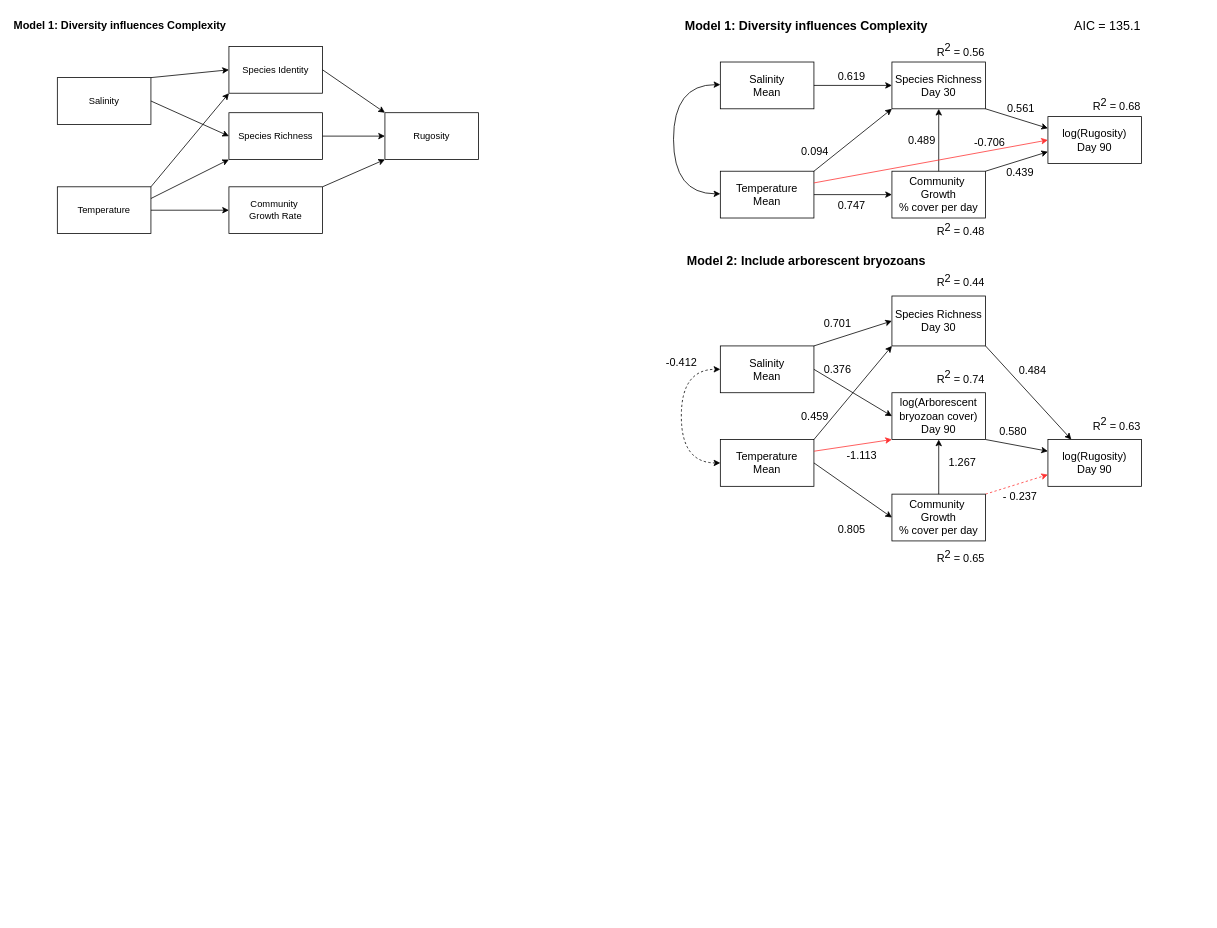
Before: sem/Panels SEM.drawio in mawhal/panels-complexity, a draw.io diagram. Source tidied: cells renumbered, new cells numbered last; positions are measured from the earlier drawing's top-left corner, leaving out a move shared by most shapes. Both pictures are drawn from the tidied source at 78%, with x=0, y=0 at pixel (14, 13).
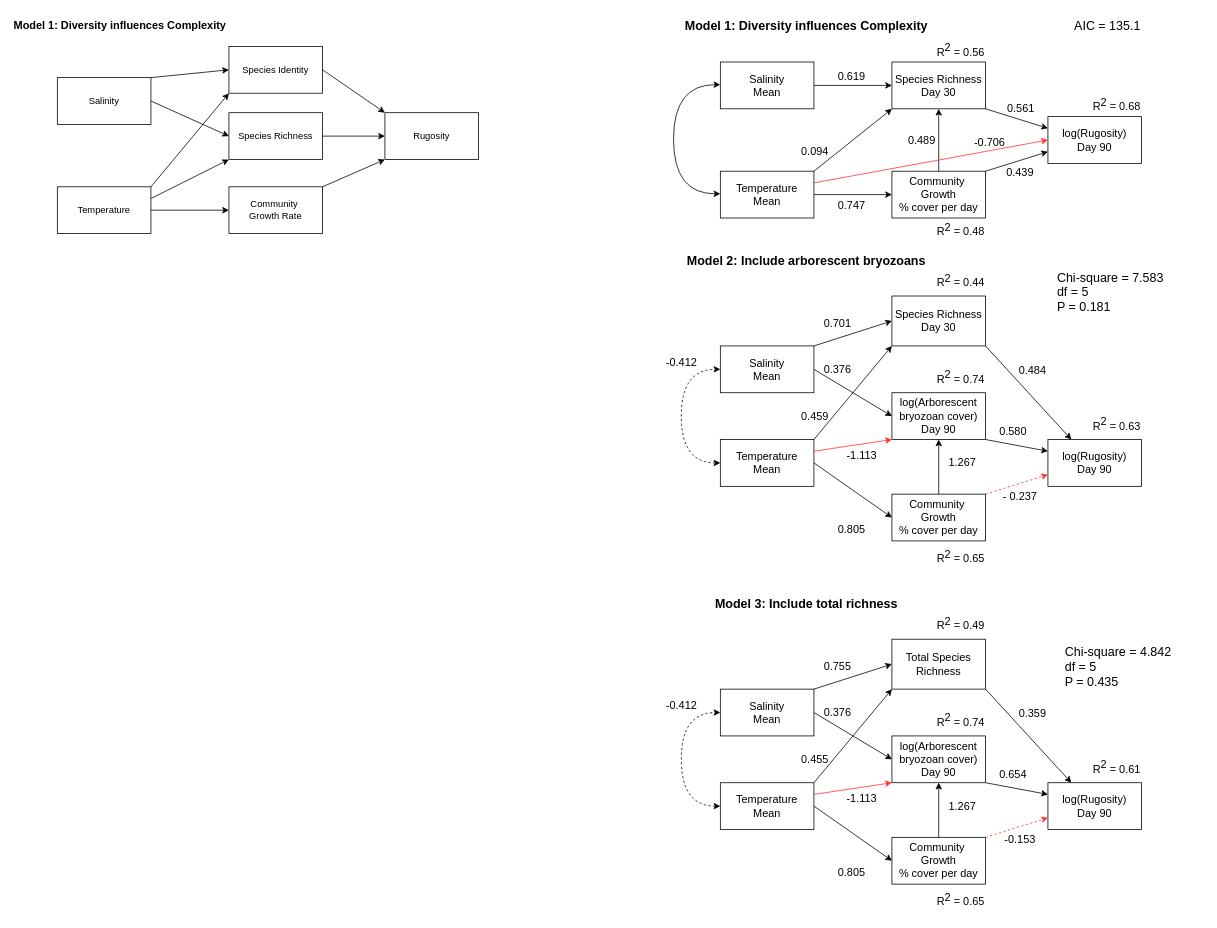
Above is the later version.

What changed in the source:
```diff
@@
+    <mxCell id="73" style="endArrow=classic;html=1;rounded=0;exitX=1;exitY=0;exitDx=0;exitDy=0;entryX=0;entryY=0.75;entryDx=0;entryDy=0;fontSize=14;strokeColor=#FF3333;dashed=1;" parent="1" edge="1">
+      <mxGeometry relative="1" as="geometry">
+        <mxPoint x="1245" y="1056" as="sourcePoint" />
+        <mxPoint x="1325" y="1031" as="targetPoint" />
+      </mxGeometry>
+    </mxCell>
+    <mxCell id="74" value="Salinity&lt;div style=&quot;font-size: 14px;&quot;&gt;Mean&lt;/div&gt;" style="rounded=0;whiteSpace=wrap;html=1;fontSize=14;" parent="1" vertex="1">
+      <mxGeometry x="905" y="866" width="120" height="60" as="geometry" />
+    </mxCell>
+    <mxCell id="75" value="Community&amp;nbsp;&lt;div style=&quot;font-size: 14px;&quot;&gt;Growth&lt;/div&gt;&lt;div style=&quot;font-size: 14px;&quot;&gt;% cover per day&lt;/div&gt;" style="whiteSpace=wrap;html=1;rounded=0;fontSize=14;" parent="1" vertex="1">
+      <mxGeometry x="1125" y="1056" width="120" height="60" as="geometry" />
+    </mxCell>
+    <mxCell id="76" value="&lt;div&gt;log(Arborescent bryozoan cover)&lt;/div&gt;&lt;div&gt;Day 90&lt;/div&gt;" style="whiteSpace=wrap;html=1;rounded=0;fontSize=14;" parent="1" vertex="1">
+      <mxGeometry x="1125" y="926" width="120" height="60" as="geometry" />
+    </mxCell>
+    <mxCell id="77" style="edgeStyle=orthogonalEdgeStyle;rounded=0;jettySize=auto;html=1;exitX=0;exitY=0.5;exitDx=0;exitDy=0;entryX=0;entryY=0.5;entryDx=0;entryDy=0;curved=1;startArrow=classic;startFill=1;dashed=1;" parent="1" edge="1" source="78" target="74">
+      <mxGeometry relative="1" as="geometry">
+        <Array as="points">
+          <mxPoint x="855" y="1016" />
+          <mxPoint x="855" y="896" />
+        </Array>
+      </mxGeometry>
+    </mxCell>
+    <mxCell id="78" value="Temperature&lt;div style=&quot;font-size: 14px;&quot;&gt;Mean&lt;/div&gt;" style="rounded=0;whiteSpace=wrap;html=1;fontSize=14;" parent="1" vertex="1">
+      <mxGeometry x="905" y="986" width="120" height="60" as="geometry" />
+    </mxCell>
+    <mxCell id="79" value="log(Rugosity)&lt;div style=&quot;font-size: 14px;&quot;&gt;Day 90&lt;/div&gt;" style="whiteSpace=wrap;html=1;rounded=0;fontSize=14;" parent="1" vertex="1">
+      <mxGeometry x="1325" y="986" width="120" height="60" as="geometry" />
+    </mxCell>
+    <mxCell id="80" style="endArrow=classic;html=1;rounded=0;entryX=0;entryY=1;entryDx=0;entryDy=0;exitX=1;exitY=0.25;exitDx=0;exitDy=0;fontSize=14;strokeColor=#FF3333;" parent="1" edge="1" source="78" target="76">
+      <mxGeometry relative="1" as="geometry" />
+    </mxCell>
+    <mxCell id="81" value="Model 3: Include total richness" style="text;html=1;align=center;verticalAlign=middle;strokeColor=none;fillColor=none;fontStyle=1;fontSize=16;" parent="1" vertex="1">
+      <mxGeometry x="895" y="742" width="240" height="30" as="geometry" />
+    </mxCell>
+    <mxCell id="82" style="endArrow=classic;html=1;rounded=0;exitX=1;exitY=0.5;exitDx=0;exitDy=0;entryX=0;entryY=0.5;entryDx=0;entryDy=0;fontSize=14;" parent="1" edge="1" source="74" target="76">
+      <mxGeometry relative="1" as="geometry" />
+    </mxCell>
+    <mxCell id="83" style="endArrow=classic;html=1;rounded=0;exitX=1;exitY=0.5;exitDx=0;exitDy=0;entryX=0;entryY=0.5;entryDx=0;entryDy=0;fontSize=14;" parent="1" edge="1" source="78" target="75">
+      <mxGeometry relative="1" as="geometry" />
+    </mxCell>
+    <mxCell id="84" value="&lt;div style=&quot;font-size: 14px;&quot;&gt;&lt;span style=&quot;background-color: initial; font-size: 14px;&quot;&gt;R&lt;/span&gt;&lt;sup style=&quot;background-color: initial; font-size: 14px;&quot;&gt;2 &lt;/sup&gt;&lt;span style=&quot;background-color: initial; font-size: 14px;&quot;&gt;= 0.61&lt;/span&gt;&lt;/div&gt;" style="text;html=1;align=right;verticalAlign=middle;strokeColor=none;fillColor=none;fontSize=14;" parent="1" vertex="1">
+      <mxGeometry x="1365" y="946" width="80" height="40" as="geometry" />
+    </mxCell>
+    <mxCell id="85" value="&lt;div style=&quot;font-size: 14px;&quot;&gt;&lt;span style=&quot;background-color: initial; font-size: 14px;&quot;&gt;R&lt;/span&gt;&lt;sup style=&quot;background-color: initial; font-size: 14px;&quot;&gt;2 &lt;/sup&gt;&lt;span style=&quot;background-color: initial; font-size: 14px;&quot;&gt;= 0.65&lt;/span&gt;&lt;/div&gt;" style="text;html=1;align=right;verticalAlign=middle;strokeColor=none;fillColor=none;fontSize=14;" parent="1" vertex="1">
+      <mxGeometry x="1165" y="1116" width="80" height="40" as="geometry" />
+    </mxCell>
+    <mxCell id="86" value="&lt;span style=&quot;font-weight: normal;&quot;&gt;0.805&lt;/span&gt;" style="text;html=1;align=center;verticalAlign=middle;strokeColor=none;fillColor=none;fontStyle=1;fontSize=14;" parent="1" vertex="1">
+      <mxGeometry x="1043" y="1086" width="60" height="30" as="geometry" />
+    </mxCell>
+    <mxCell id="87" value="0.455" style="text;html=1;align=center;verticalAlign=middle;strokeColor=none;fillColor=none;fontSize=14;" parent="1" vertex="1">
+      <mxGeometry x="996" y="941" width="60" height="30" as="geometry" />
+    </mxCell>
+    <mxCell id="88" value="&lt;span style=&quot;font-weight: normal;&quot;&gt;0.755&lt;/span&gt;" style="text;html=1;align=center;verticalAlign=middle;strokeColor=none;fillColor=none;fontStyle=1;fontSize=14;" parent="1" vertex="1">
+      <mxGeometry x="1025" y="822" width="60" height="30" as="geometry" />
+    </mxCell>
+    <mxCell id="89" value="-0.153" style="text;html=1;align=center;verticalAlign=middle;strokeColor=none;fillColor=none;fontSize=14;" parent="1" vertex="1">
+      <mxGeometry x="1259" y="1044" width="60" height="30" as="geometry" />
+    </mxCell>
+    <mxCell id="90" value="-1.113" style="text;html=1;align=center;verticalAlign=middle;strokeColor=none;fillColor=none;fontSize=14;" parent="1" vertex="1">
+      <mxGeometry x="1056" y="991" width="60" height="30" as="geometry" />
+    </mxCell>
+    <mxCell id="91" value="&lt;div style=&quot;font-size: 14px;&quot;&gt;Total Species Richness&lt;/div&gt;" style="whiteSpace=wrap;html=1;rounded=0;fontSize=14;" parent="1" vertex="1">
+      <mxGeometry x="1125" y="802" width="120" height="64" as="geometry" />
+    </mxCell>
+    <mxCell id="92" style="endArrow=classic;html=1;rounded=0;fontSize=14;exitX=1;exitY=0;exitDx=0;exitDy=0;entryX=0;entryY=0.5;entryDx=0;entryDy=0;" parent="1" edge="1" source="74" target="91">
+      <mxGeometry relative="1" as="geometry" />
+    </mxCell>
+    <mxCell id="93" style="endArrow=classic;html=1;rounded=0;fontSize=14;entryX=0.25;entryY=0;entryDx=0;entryDy=0;exitX=1;exitY=1;exitDx=0;exitDy=0;" parent="1" edge="1" source="91" target="79">
+      <mxGeometry relative="1" as="geometry" />
+    </mxCell>
+    <mxCell id="94" style="endArrow=classic;html=1;rounded=0;entryX=0;entryY=1;entryDx=0;entryDy=0;exitX=1;exitY=0;exitDx=0;exitDy=0;fontSize=14;strokeColor=#000000;" parent="1" edge="1" source="78" target="91">
+      <mxGeometry relative="1" as="geometry" />
+    </mxCell>
+    <mxCell id="95" value="0.376" style="text;html=1;align=center;verticalAlign=middle;strokeColor=none;fillColor=none;fontSize=14;" parent="1" vertex="1">
+      <mxGeometry x="1025" y="881" width="60" height="30" as="geometry" />
+    </mxCell>
+    <mxCell id="96" style="endArrow=classic;html=1;rounded=0;fontSize=14;exitX=1;exitY=1;exitDx=0;exitDy=0;entryX=0;entryY=0.25;entryDx=0;entryDy=0;" parent="1" edge="1" source="76" target="79">
+      <mxGeometry relative="1" as="geometry" />
+    </mxCell>
+    <mxCell id="97" value="0.359" style="text;html=1;align=center;verticalAlign=middle;strokeColor=none;fillColor=none;fontStyle=0;fontSize=14;" parent="1" vertex="1">
+      <mxGeometry x="1275" y="882" width="60" height="30" as="geometry" />
+    </mxCell>
+    <mxCell id="98" style="endArrow=classic;html=1;rounded=0;fontSize=14;entryX=0.5;entryY=1;entryDx=0;entryDy=0;exitX=0.5;exitY=0;exitDx=0;exitDy=0;" parent="1" edge="1" source="75" target="76">
+      <mxGeometry relative="1" as="geometry" />
+    </mxCell>
+    <mxCell id="99" value="1.267" style="text;html=1;align=center;verticalAlign=middle;strokeColor=none;fillColor=none;fontSize=14;" parent="1" vertex="1">
+      <mxGeometry x="1185" y="1001" width="60" height="30" as="geometry" />
+    </mxCell>
+    <mxCell id="100" value="0.654" style="text;html=1;align=center;verticalAlign=middle;strokeColor=none;fillColor=none;fontStyle=0;fontSize=14;" parent="1" vertex="1">
+      <mxGeometry x="1250" y="961" width="60" height="30" as="geometry" />
+    </mxCell>
+    <mxCell id="101" value="-0.412" style="text;html=1;align=center;verticalAlign=middle;strokeColor=none;fillColor=none;fontSize=14;" parent="1" vertex="1">
+      <mxGeometry x="825" y="872" width="60" height="30" as="geometry" />
+    </mxCell>
+    <mxCell id="102" value="&lt;div style=&quot;font-size: 14px;&quot;&gt;&lt;span style=&quot;background-color: initial; font-size: 14px;&quot;&gt;R&lt;/span&gt;&lt;sup style=&quot;background-color: initial; font-size: 14px;&quot;&gt;2 &lt;/sup&gt;&lt;span style=&quot;background-color: initial; font-size: 14px;&quot;&gt;= 0.49&lt;/span&gt;&lt;/div&gt;" style="text;html=1;align=right;verticalAlign=middle;strokeColor=none;fillColor=none;fontSize=14;" parent="1" vertex="1">
+      <mxGeometry x="1165" y="762" width="80" height="40" as="geometry" />
+    </mxCell>
+    <mxCell id="103" value="&lt;div style=&quot;font-size: 14px;&quot;&gt;&lt;span style=&quot;background-color: initial; font-size: 14px;&quot;&gt;R&lt;/span&gt;&lt;sup style=&quot;background-color: initial; font-size: 14px;&quot;&gt;2 &lt;/sup&gt;&lt;span style=&quot;background-color: initial; font-size: 14px;&quot;&gt;= 0.74&lt;/span&gt;&lt;/div&gt;" style="text;html=1;align=right;verticalAlign=middle;strokeColor=none;fillColor=none;fontSize=14;" parent="1" vertex="1">
+      <mxGeometry x="1165" y="886" width="80" height="40" as="geometry" />
+    </mxCell>
+    <mxCell id="104" value="Chi-square = 4.842&lt;div&gt;df = 5&lt;br&gt;&lt;div style=&quot;font-size: 16px;&quot;&gt;P = 0.435&lt;/div&gt;&lt;/div&gt;" style="text;html=1;align=left;verticalAlign=middle;whiteSpace=wrap;rounded=0;fontSize=16;" parent="1" vertex="1">
+      <mxGeometry x="1345" y="792" width="180" height="90" as="geometry" />
+    </mxCell>
+    <mxCell id="105" value="Chi-square = 7.583&lt;div&gt;df = 5&lt;br&gt;&lt;div style=&quot;font-size: 16px;&quot;&gt;P = 0.181&lt;/div&gt;&lt;/div&gt;" style="text;html=1;align=left;verticalAlign=middle;whiteSpace=wrap;rounded=0;fontSize=16;" parent="1" vertex="1">
+      <mxGeometry x="1335" y="312" width="180" height="90" as="geometry" />
+    </mxCell>
```
